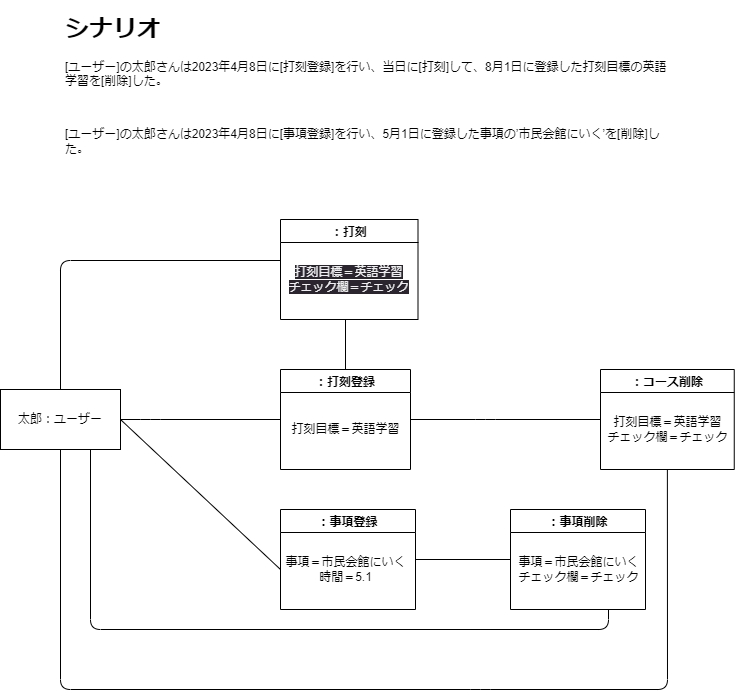
Before: Object-2.drawio.png, a diagram exported from draw.io (Hu-Hanxu/First-App-Self-Management-). Source tidied: cells renumbered, new cells last; positions are measured from the earlier drawing's top-left corner, leaving out a move shared by most shapes.
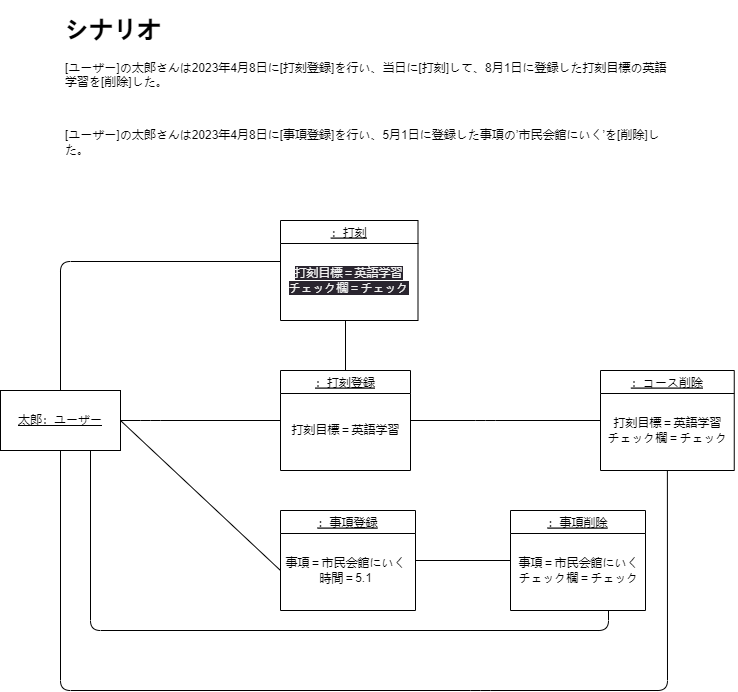
The same diagram one commit later.

The edit, as a diff of the source:
```diff
@@ -5,13 +5,13 @@
     <mxCell id="2" value="&lt;h1&gt;シナリオ&lt;/h1&gt;&lt;p&gt;[ユーザー]の太郎さんは2023年4月8日に[打刻登録]を行い、当日に[打刻]して、8月1日に登録した打刻目標の英語学習を[削除]した。&lt;/p&gt;&lt;p&gt;&lt;br&gt;&lt;/p&gt;&lt;p&gt;[ユーザー]の太郎さんは2023年4月8日に[事項登録]を行い、5月1日に登録した事項の’市民会館にいく’を[削除]した。&lt;br&gt;&lt;/p&gt;&lt;p&gt;&lt;br&gt;&lt;/p&gt;" style="text;html=1;strokeColor=none;fillColor=none;spacing=5;spacingTop=-20;whiteSpace=wrap;overflow=hidden;rounded=0;" parent="1" vertex="1">
       <mxGeometry x="60" width="610" height="200" as="geometry" />
     </mxCell>
-    <mxCell id="3" value="：事項登録" style="swimlane;startSize=23;" parent="1" vertex="1">
+    <mxCell id="3" value="：事項登録" style="swimlane;startSize=23;fontStyle=4;" parent="1" vertex="1">
       <mxGeometry x="280" y="500" width="135" height="100" as="geometry" />
     </mxCell>
     <mxCell id="4" value="事項＝市民会館にいく&lt;br&gt;時間＝5.1" style="text;html=1;align=center;verticalAlign=middle;strokeColor=none;fillColor=none;" parent="3" vertex="1">
       <mxGeometry x="-5" y="40" width="140" height="40" as="geometry" />
     </mxCell>
-    <mxCell id="5" value="：打刻登録" style="swimlane;startSize=23;" parent="1" vertex="1">
+    <mxCell id="5" value="：打刻登録" style="swimlane;startSize=23;fontStyle=4;" parent="1" vertex="1">
       <mxGeometry x="280" y="360" width="130" height="100" as="geometry" />
     </mxCell>
     <mxCell id="6" value="打刻目標＝英語学習" style="text;html=1;align=center;verticalAlign=middle;strokeColor=none;fillColor=none;" parent="5" vertex="1">
@@ -24,7 +24,7 @@
         </Array>
       </mxGeometry>
     </mxCell>
-    <mxCell id="8" value="：コース削除" style="swimlane;startSize=23;" parent="1" vertex="1">
+    <mxCell id="8" value="：コース削除" style="swimlane;startSize=23;fontStyle=4;" parent="1" vertex="1">
       <mxGeometry x="600" y="360" width="133.8" height="100" as="geometry" />
     </mxCell>
     <mxCell id="9" value="打刻目標＝英語学習&lt;br&gt;チェック欄＝チェック" style="text;html=1;align=center;verticalAlign=middle;strokeColor=none;fillColor=none;" parent="8" vertex="1">
@@ -46,16 +46,16 @@
         </Array>
       </mxGeometry>
     </mxCell>
-    <mxCell id="12" value="太郎：ユーザー" style="rounded=0;whiteSpace=wrap;html=1;" parent="1" vertex="1">
+    <mxCell id="12" value="&lt;u&gt;太郎：ユーザー&lt;/u&gt;" style="rounded=0;whiteSpace=wrap;html=1;" parent="1" vertex="1">
       <mxGeometry y="380" width="120" height="60" as="geometry" />
     </mxCell>
-    <mxCell id="13" value="：打刻" style="swimlane;startSize=23;" parent="1" vertex="1">
+    <mxCell id="13" value="：打刻" style="swimlane;startSize=23;fontStyle=4;" parent="1" vertex="1">
       <mxGeometry x="280" y="210" width="137.5" height="100" as="geometry" />
     </mxCell>
     <mxCell id="14" value="&lt;span style=&quot;color: rgb(240, 240, 240); font-family: Helvetica; font-size: 12px; font-style: normal; font-variant-ligatures: normal; font-variant-caps: normal; font-weight: 400; letter-spacing: normal; orphans: 2; text-align: center; text-indent: 0px; text-transform: none; widows: 2; word-spacing: 0px; -webkit-text-stroke-width: 0px; background-color: rgb(42, 37, 47); text-decoration-thickness: initial; text-decoration-style: initial; text-decoration-color: initial; float: none; display: inline !important;&quot;&gt;打刻目標＝英語学習&lt;/span&gt;&lt;br style=&quot;border-color: rgb(0, 0, 0); color: rgb(240, 240, 240); font-family: Helvetica; font-size: 12px; font-style: normal; font-variant-ligatures: normal; font-variant-caps: normal; font-weight: 400; letter-spacing: normal; orphans: 2; text-align: center; text-indent: 0px; text-transform: none; widows: 2; word-spacing: 0px; -webkit-text-stroke-width: 0px; background-color: rgb(42, 37, 47); text-decoration-thickness: initial; text-decoration-style: initial; text-decoration-color: initial;&quot;&gt;&lt;span style=&quot;color: rgb(240, 240, 240); font-family: Helvetica; font-size: 12px; font-style: normal; font-variant-ligatures: normal; font-variant-caps: normal; font-weight: 400; letter-spacing: normal; orphans: 2; text-align: center; text-indent: 0px; text-transform: none; widows: 2; word-spacing: 0px; -webkit-text-stroke-width: 0px; background-color: rgb(42, 37, 47); text-decoration-thickness: initial; text-decoration-style: initial; text-decoration-color: initial; float: none; display: inline !important;&quot;&gt;チェック欄＝チェック&lt;/span&gt;" style="text;html=1;align=center;verticalAlign=middle;points=[];strokeColor=none;fillColor=none;" parent="13" vertex="1">
       <mxGeometry x="-2.5" y="40" width="140" height="40" as="geometry" />
     </mxCell>
-    <mxCell id="15" value="：事項削除" style="swimlane;startSize=23;" parent="1" vertex="1">
+    <mxCell id="15" value="：事項削除" style="swimlane;startSize=23;fontStyle=4;" parent="1" vertex="1">
       <mxGeometry x="510" y="500" width="135" height="100" as="geometry" />
     </mxCell>
     <mxCell id="16" value="事項＝市民会館にいく&lt;br&gt;チェック欄＝チェック" style="text;html=1;align=center;verticalAlign=middle;strokeColor=none;fillColor=none;" parent="15" vertex="1">
```
